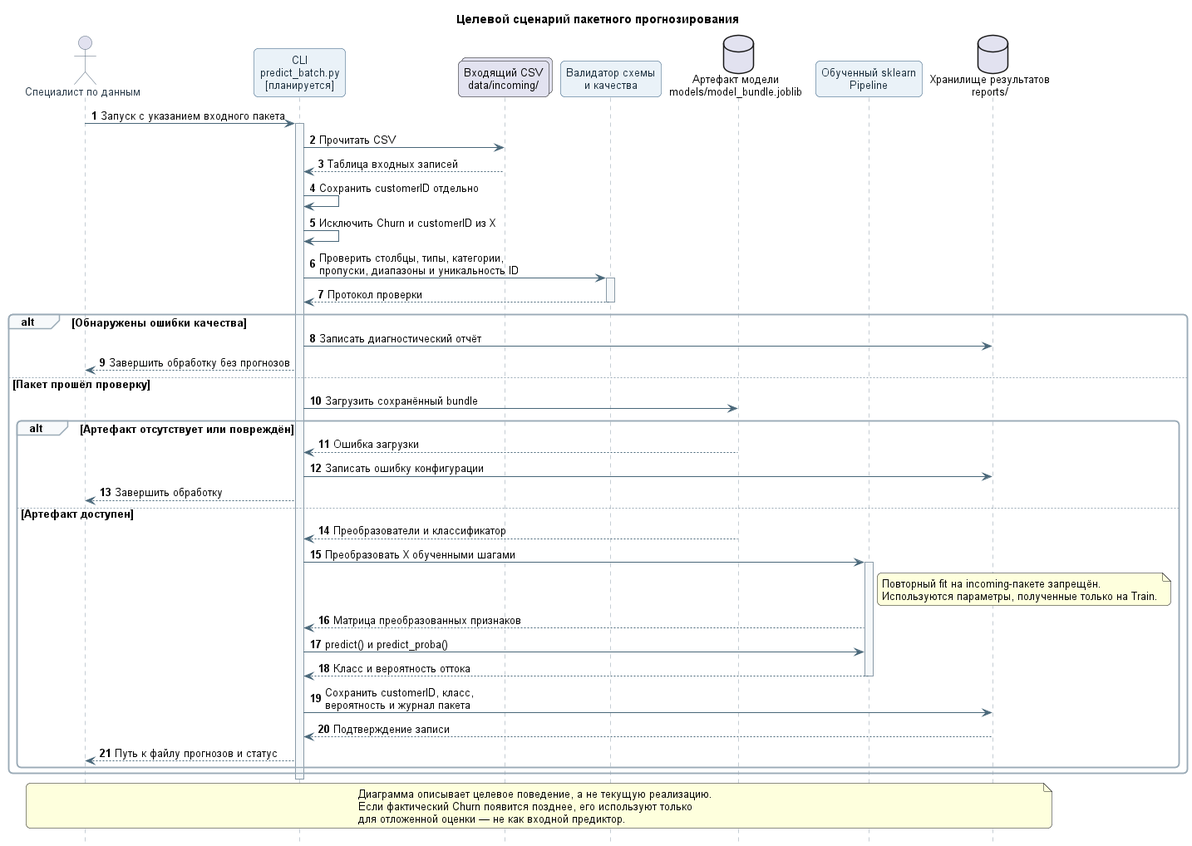
This is diagrams/png/sequence_batch_prediction.png from Lofold/telco-customer-churn-ml, a PlantUML export, as it was before one commit.
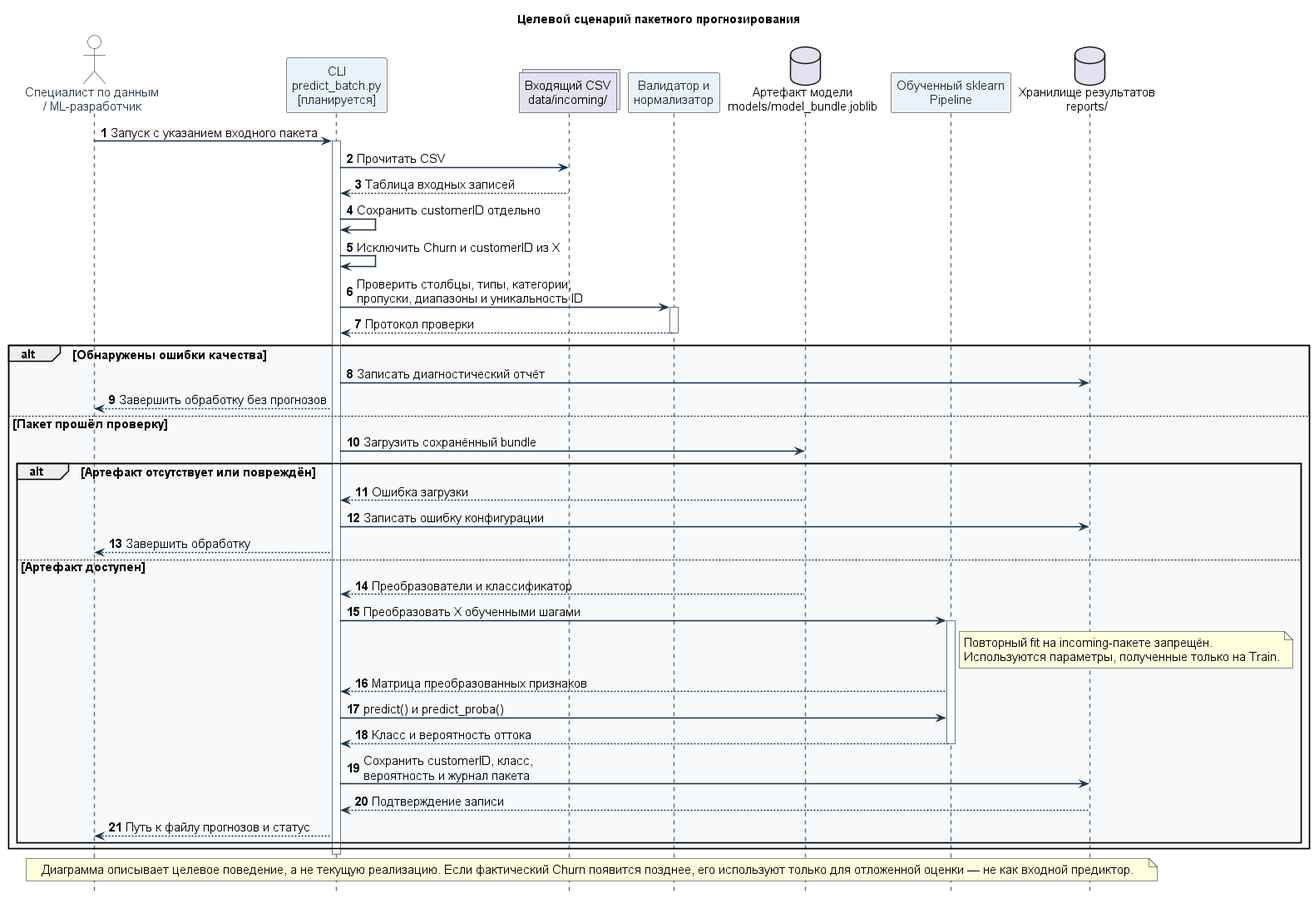
After the change.

What changed in the source:
```diff
@@ -1,36 +1,51 @@
-@startuml
+@startuml sequence_batch_prediction
 title Целевой сценарий пакетного прогнозирования
 
 autonumber
 hide footbox
-skinparam backgroundColor #FFFFFF
+
 skinparam shadowing false
-skinparam roundcorner 10
 skinparam defaultFontName Arial
-skinparam defaultFontSize 13
-skinparam sequence {
-  ArrowColor #496779
-  LifeLineBorderColor #8A9BA8
-  LifeLineBackgroundColor #F5F8FA
-  ParticipantBorderColor #315A7D
-  ParticipantBackgroundColor #EAF2F8
-  ParticipantFontColor #172B3A
-  ActorBorderColor #526579
-  ActorFontColor #263746
-  GroupBorderColor #9AAAB6
-  GroupBackgroundColor #F7F9FB
+skinparam defaultFontSize 15
+
+<style>
+sequenceDiagram {
+  arrow {
+    LineThickness 1.5
+    LineColor #17324D
+  }
+  lifeLine {
+    LineThickness 1.5
+    LineColor #64788B
+  }
+  participant {
+    BorderColor #315A7D
+    BackgroundColor #EAF2F8
+    FontColor #172B3A
+  }
+  actor {
+    BorderColor #526579
+    BackgroundColor #FFFFFF
+    FontColor #263746
+  }
+  group {
+    BorderColor #9AAAB6
+    BackgroundColor #F7F9FB
+  }
 }
+</style>
 
-actor "Специалист по данным" as Analyst
+actor "Специалист по данным\n/ ML-разработчик" as Analyst
 participant "CLI\npredict_batch.py\n[планируется]" as CLI
 collections "Входящий CSV\ndata/incoming/" as Input
-participant "Валидатор схемы\nи качества" as Validator
+participant "Валидатор и\nнормализатор" as Validator
 database "Артефакт модели\nmodels/model_bundle.joblib" as Artifact
 participant "Обученный sklearn\nPipeline" as Pipeline
 database "Хранилище результатов\nreports/" as Results
 
 Analyst -> CLI: Запуск с указанием входного пакета
 activate CLI
+
 CLI -> Input: Прочитать CSV
 Input --> CLI: Таблица входных записей
 CLI -> CLI: Сохранить customerID отдельно
@@ -70,8 +85,6 @@
 deactivate CLI
 
 note over Analyst,Results
-  Диаграмма описывает целевое поведение, а не текущую реализацию.
-  Если фактический Churn появится позднее, его используют только
-  для отложенной оценки — не как входной предиктор.
+  Диаграмма описывает целевое поведение, а не текущую реализацию. Если фактический Churn появится позднее, его используют только для отложенной оценки — не как входной предиктор.
 end note
 @enduml
```
